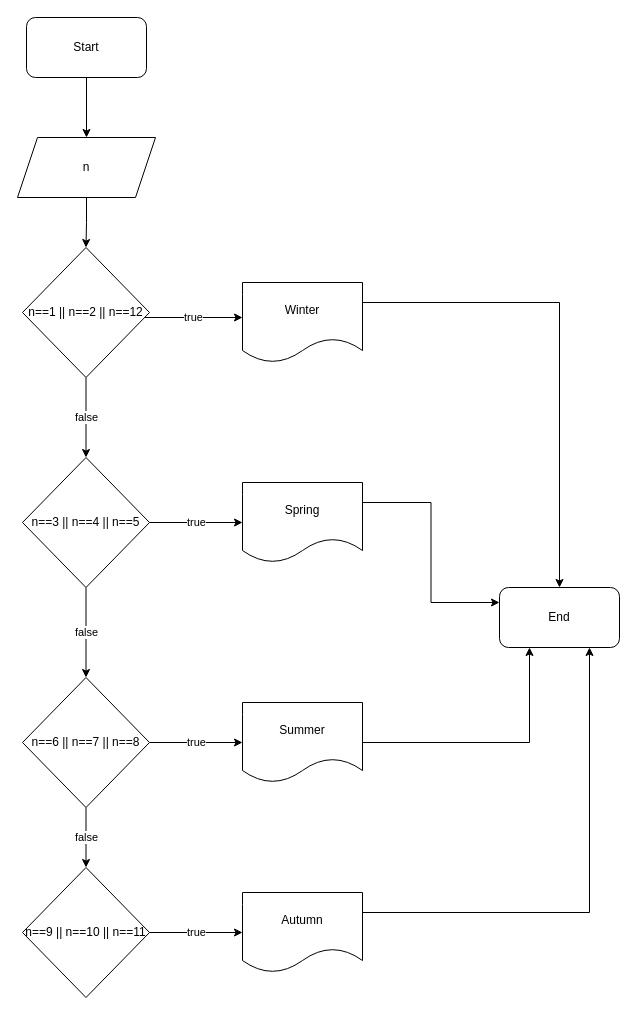
orucmehrabov/git_practice keeps this draw.io diagram as Untitled Diagram.drawio. Above is the earlier version. Source tidied: cells renumbered, new cells numbered last; positions are measured from the earlier drawing's top-left corner, leaving out a move shared by most shapes. Both pictures are drawn from the tidied source at 100%, with x=0, y=0 at pixel (17, 17).
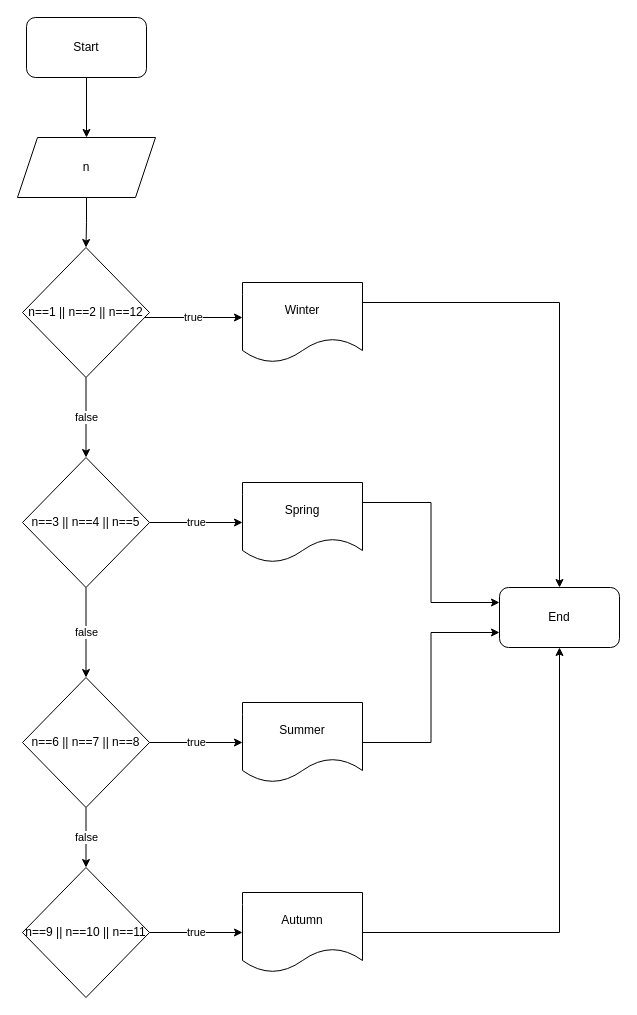
The same page after the edit.

The change refers to these unchanged cells:
```xml
<mxCell id="18" value="Summer" style="shape=document;whiteSpace=wrap;html=1;boundedLbl=1;" parent="1" vertex="1">
  <mxGeometry x="225" y="685" width="120" height="80" as="geometry" />
</mxCell>
<mxCell id="23" value="Autumn" style="shape=document;whiteSpace=wrap;html=1;boundedLbl=1;" parent="1" vertex="1">
  <mxGeometry x="225" y="875" width="120" height="80" as="geometry" />
</mxCell>
<mxCell id="25" value="End" style="rounded=1;whiteSpace=wrap;html=1;" parent="1" vertex="1">
  <mxGeometry x="482" y="570" width="120" height="60" as="geometry" />
</mxCell>
```

What changed in the source:
```diff
@@
-    <mxCell id="17" style="edgeStyle=orthogonalEdgeStyle;rounded=0;jettySize=auto;html=1;exitX=1;exitY=0.5;exitDx=0;exitDy=0;entryX=0.25;entryY=1;entryDx=0;entryDy=0;" parent="1" edge="1" source="18" target="25">
+    <mxCell id="17" style="edgeStyle=orthogonalEdgeStyle;rounded=0;jettySize=auto;html=1;exitX=1;exitY=0.5;exitDx=0;exitDy=0;entryX=0;entryY=0.75;entryDx=0;entryDy=0;" parent="1" edge="1" source="18" target="25">
       <mxGeometry relative="1" as="geometry" />
     </mxCell>
@@
-    <mxCell id="22" style="edgeStyle=orthogonalEdgeStyle;rounded=0;jettySize=auto;html=1;exitX=1;exitY=0.25;exitDx=0;exitDy=0;entryX=0.75;entryY=1;entryDx=0;entryDy=0;" parent="1" edge="1" source="23" target="25">
+    <mxCell id="22" style="edgeStyle=orthogonalEdgeStyle;rounded=0;jettySize=auto;html=1;entryX=0.5;entryY=1;entryDx=0;entryDy=0;" parent="1" edge="1" source="23" target="25">
       <mxGeometry relative="1" as="geometry" />
     </mxCell>
```
